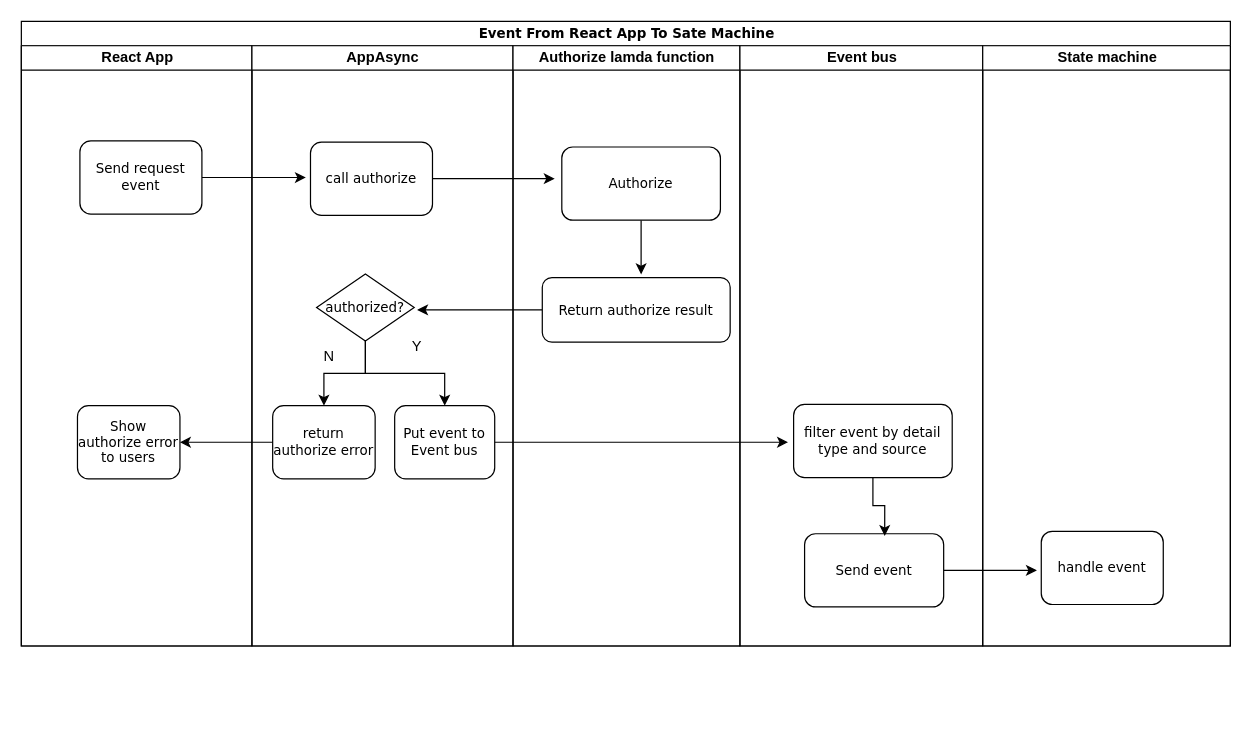
The draw.io diagram event2.drawio in dieunguyen2003/deploycode, before the edit. Source tidied: cells renumbered, new cells numbered last; positions are measured from the earlier drawing's top-left corner, leaving out a move shared by most shapes. Both pictures are drawn from the tidied source at 122%, with x=0, y=0 at pixel (21, 21).
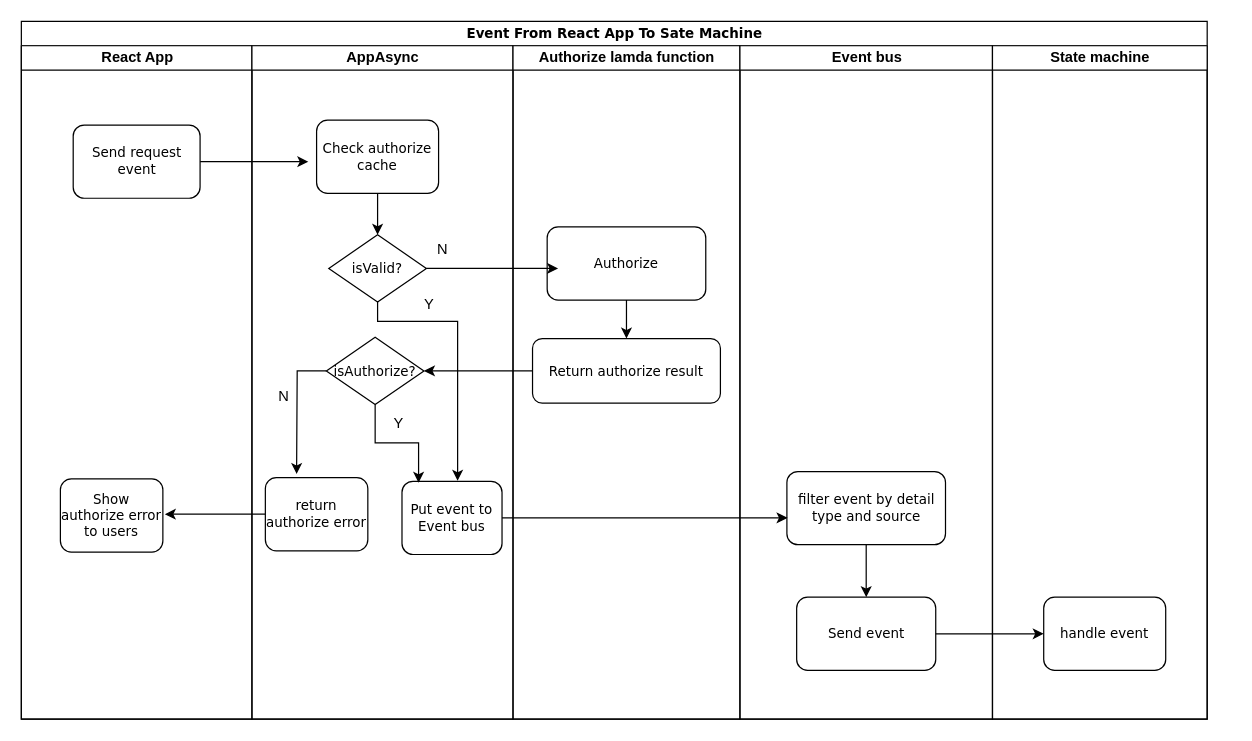
Above is the later version.

Change to the diagram source:
```diff
@@
     <mxCell id="2" value="&lt;font style=&quot;font-size: 11px;&quot;&gt;Event From React App To Sate Machine&lt;/font&gt;" style="swimlane;html=1;startSize=20;rounded=0;shadow=0;labelBackgroundColor=none;strokeWidth=1;fontFamily=Verdana;fontSize=8;align=center;" parent="1" vertex="1">
-      <mxGeometry width="991" height="512" as="geometry" />
+      <mxGeometry width="972" height="572" as="geometry" />
     </mxCell>
     <mxCell id="3" value="React App" style="swimlane;html=1;startSize=20;" parent="2" vertex="1">
-      <mxGeometry y="20" width="189" height="492" as="geometry" />
+      <mxGeometry y="20" width="189" height="552" as="geometry" />
     </mxCell>
-    <mxCell id="4" style="edgeStyle=orthogonalEdgeStyle;rounded=0;jettySize=auto;html=1;" parent="3" edge="1" source="5">
-      <mxGeometry relative="1" as="geometry">
-        <mxPoint x="233.2" y="108" as="targetPoint" />
-      </mxGeometry>
-    </mxCell>
+    <mxCell id="31" style="edgeStyle=orthogonalEdgeStyle;rounded=0;jettySize=auto;html=1;" parent="3" edge="1" source="5">
+      <mxGeometry relative="1" as="geometry">
+        <mxPoint x="235.2" y="95" as="targetPoint" />
+      </mxGeometry>
+    </mxCell>
     <mxCell id="5" value="&lt;font style=&quot;font-size: 11px;&quot;&gt;Send request event&lt;/font&gt;" style="rounded=1;whiteSpace=wrap;html=1;shadow=0;labelBackgroundColor=none;strokeWidth=1;fontFamily=Verdana;fontSize=8;align=center;" parent="3" vertex="1">
-      <mxGeometry x="48" y="78" width="100" height="60" as="geometry" />
+      <mxGeometry x="42.5" y="65" width="104" height="60" as="geometry" />
     </mxCell>
     <mxCell id="6" value="&lt;font style=&quot;font-size: 11px;&quot;&gt;Show authorize error to users&lt;/font&gt;" style="rounded=1;whiteSpace=wrap;html=1;shadow=0;labelBackgroundColor=none;strokeWidth=1;fontFamily=Verdana;fontSize=8;align=center;" parent="3" vertex="1">
-      <mxGeometry x="46" y="295" width="84" height="60" as="geometry" />
+      <mxGeometry x="32" y="355" width="84" height="60" as="geometry" />
     </mxCell>
     <mxCell id="7" value="AppAsync" style="swimlane;html=1;startSize=20;" parent="2" vertex="1">
-      <mxGeometry x="189" y="20" width="214" height="492" as="geometry" />
+      <mxGeometry x="189" y="20" width="214" height="552" as="geometry" />
     </mxCell>
-    <mxCell id="8" style="edgeStyle=orthogonalEdgeStyle;rounded=0;jettySize=auto;html=1;" parent="7" edge="1" source="9">
-      <mxGeometry relative="1" as="geometry">
-        <mxPoint x="439.4" y="325" as="targetPoint" />
-      </mxGeometry>
-    </mxCell>
     <mxCell id="9" value="&lt;font style=&quot;font-size: 11px;&quot;&gt;Put event to Event bus&lt;/font&gt;" style="rounded=1;whiteSpace=wrap;html=1;shadow=0;labelBackgroundColor=none;strokeWidth=1;fontFamily=Verdana;fontSize=8;align=center;" parent="7" vertex="1">
-      <mxGeometry x="117" y="295" width="82" height="60" as="geometry" />
+      <mxGeometry x="123" y="357" width="82" height="60" as="geometry" />
     </mxCell>
-    <mxCell id="10" style="edgeStyle=orthogonalEdgeStyle;rounded=0;jettySize=auto;html=1;" parent="7" edge="1" source="12" target="9">
-      <mxGeometry relative="1" as="geometry" />
-    </mxCell>
-    <mxCell id="11" style="edgeStyle=orthogonalEdgeStyle;rounded=0;jettySize=auto;html=1;entryX=0.5;entryY=0;entryDx=0;entryDy=0;" parent="7" edge="1" source="12" target="15">
-      <mxGeometry relative="1" as="geometry" />
-    </mxCell>
+    <mxCell id="32" style="edgeStyle=orthogonalEdgeStyle;rounded=0;jettySize=auto;html=1;" parent="7" edge="1" source="12">
+      <mxGeometry relative="1" as="geometry">
+        <mxPoint x="168.6" y="356.6" as="targetPoint" />
+        <Array as="points">
+          <mxPoint x="103" y="226" />
+          <mxPoint x="169" y="226" />
+        </Array>
+      </mxGeometry>
+    </mxCell>
-    <mxCell id="12" value="&lt;font style=&quot;font-size: 11px;&quot;&gt;authorized?&lt;/font&gt;" style="rhombus;whiteSpace=wrap;html=1;rounded=0;shadow=0;labelBackgroundColor=none;strokeWidth=1;fontFamily=Verdana;fontSize=8;align=center;" parent="7" vertex="1">
-      <mxGeometry x="53" y="187" width="80" height="55" as="geometry" />
+    <mxCell id="12" value="&lt;span style=&quot;font-size: 11px;&quot;&gt;isValid?&lt;/span&gt;" style="rhombus;whiteSpace=wrap;html=1;rounded=0;shadow=0;labelBackgroundColor=none;strokeWidth=1;fontFamily=Verdana;fontSize=8;align=center;" parent="7" vertex="1">
+      <mxGeometry x="63" y="155" width="80" height="55" as="geometry" />
     </mxCell>
-    <mxCell id="13" style="edgeStyle=orthogonalEdgeStyle;rounded=0;jettySize=auto;html=1;" parent="7" edge="1" source="14">
-      <mxGeometry relative="1" as="geometry">
-        <mxPoint x="248.2" y="109" as="targetPoint" />
-      </mxGeometry>
-    </mxCell>
+    <mxCell id="33" style="edgeStyle=orthogonalEdgeStyle;rounded=0;jettySize=auto;html=1;entryX=0.5;entryY=0;entryDx=0;entryDy=0;" parent="7" edge="1" source="14" target="12">
+      <mxGeometry relative="1" as="geometry" />
+    </mxCell>
-    <mxCell id="14" value="&lt;span style=&quot;font-size: 11px;&quot;&gt;call authorize&lt;/span&gt;" style="rounded=1;whiteSpace=wrap;html=1;shadow=0;labelBackgroundColor=none;strokeWidth=1;fontFamily=Verdana;fontSize=8;align=center;" parent="7" vertex="1">
-      <mxGeometry x="48" y="79" width="100" height="60" as="geometry" />
+    <mxCell id="14" value="&lt;span style=&quot;font-size: 11px;&quot;&gt;Check authorize cache&lt;/span&gt;" style="rounded=1;whiteSpace=wrap;html=1;shadow=0;labelBackgroundColor=none;strokeWidth=1;fontFamily=Verdana;fontSize=8;align=center;" parent="7" vertex="1">
+      <mxGeometry x="53" y="61" width="100" height="60" as="geometry" />
     </mxCell>
+    <mxCell id="34" style="edgeStyle=orthogonalEdgeStyle;rounded=0;jettySize=auto;html=1;" parent="7" edge="1" source="15">
+      <mxGeometry relative="1" as="geometry">
+        <mxPoint x="-71.4" y="384" as="targetPoint" />
+      </mxGeometry>
+    </mxCell>
     <mxCell id="15" value="&lt;font style=&quot;font-size: 11px;&quot;&gt;return authorize error&lt;/font&gt;" style="rounded=1;whiteSpace=wrap;html=1;shadow=0;labelBackgroundColor=none;strokeWidth=1;fontFamily=Verdana;fontSize=8;align=center;" parent="7" vertex="1">
-      <mxGeometry x="17" y="295" width="84" height="60" as="geometry" />
+      <mxGeometry x="11" y="354" width="84" height="60" as="geometry" />
     </mxCell>
+    <mxCell id="35" style="edgeStyle=orthogonalEdgeStyle;rounded=0;jettySize=auto;html=1;" parent="7" edge="1" source="36">
+      <mxGeometry relative="1" as="geometry">
+        <mxPoint x="36.6" y="351" as="targetPoint" />
+      </mxGeometry>
+    </mxCell>
+    <mxCell id="36" value="&lt;span style=&quot;font-size: 11px;&quot;&gt;isAuthorize?&lt;/span&gt;" style="rhombus;whiteSpace=wrap;html=1;rounded=0;shadow=0;labelBackgroundColor=none;strokeWidth=1;fontFamily=Verdana;fontSize=8;align=center;" parent="7" vertex="1">
+      <mxGeometry x="61" y="239" width="80" height="55" as="geometry" />
+    </mxCell>
+    <mxCell id="37" style="edgeStyle=orthogonalEdgeStyle;rounded=0;jettySize=auto;html=1;entryX=0.166;entryY=0.02;entryDx=0;entryDy=0;entryPerimeter=0;" parent="7" edge="1" source="36" target="9">
+      <mxGeometry relative="1" as="geometry" />
+    </mxCell>
     <mxCell id="16" value="Authorize lamda function" style="swimlane;html=1;startSize=20;" parent="2" vertex="1">
-      <mxGeometry x="403" y="20" width="186" height="492" as="geometry" />
+      <mxGeometry x="403" y="20" width="186" height="552" as="geometry" />
     </mxCell>
-    <mxCell id="17" style="edgeStyle=orthogonalEdgeStyle;rounded=0;jettySize=auto;html=1;" parent="16" edge="1" source="18">
-      <mxGeometry relative="1" as="geometry">
-        <mxPoint x="105" y="187.4" as="targetPoint" />
-      </mxGeometry>
-    </mxCell>
+    <mxCell id="38" style="edgeStyle=orthogonalEdgeStyle;rounded=0;jettySize=auto;html=1;entryX=0.5;entryY=0;entryDx=0;entryDy=0;" parent="16" edge="1" source="18" target="20">
+      <mxGeometry relative="1" as="geometry" />
+    </mxCell>
     <mxCell id="18" value="&lt;span style=&quot;font-size: 11px;&quot;&gt;Authorize&lt;/span&gt;" style="rounded=1;whiteSpace=wrap;html=1;shadow=0;labelBackgroundColor=none;strokeWidth=1;fontFamily=Verdana;fontSize=8;align=center;" parent="16" vertex="1">
-      <mxGeometry x="40" y="83" width="130" height="60" as="geometry" />
+      <mxGeometry x="28" y="148.5" width="130" height="60" as="geometry" />
     </mxCell>
-    <mxCell id="19" style="edgeStyle=orthogonalEdgeStyle;rounded=0;jettySize=auto;html=1;" parent="16" edge="1" source="20">
-      <mxGeometry relative="1" as="geometry">
-        <mxPoint x="-78.6" y="216.5" as="targetPoint" />
-      </mxGeometry>
-    </mxCell>
     <mxCell id="20" value="&lt;font style=&quot;font-size: 11px;&quot;&gt;Return&amp;nbsp;authorize result&lt;/font&gt;" style="rounded=1;whiteSpace=wrap;html=1;shadow=0;labelBackgroundColor=none;strokeWidth=1;fontFamily=Verdana;fontSize=8;align=center;" parent="16" vertex="1">
-      <mxGeometry x="24" y="190" width="154" height="53" as="geometry" />
+      <mxGeometry x="16" y="240" width="154" height="53" as="geometry" />
     </mxCell>
     <mxCell id="21" value="Event bus" style="swimlane;html=1;startSize=20;" parent="2" vertex="1">
-      <mxGeometry x="589" y="20" width="199" height="492" as="geometry" />
+      <mxGeometry x="589" y="20" width="207" height="552" as="geometry" />
     </mxCell>
+    <mxCell id="25" style="edgeStyle=orthogonalEdgeStyle;rounded=0;jettySize=auto;html=1;entryX=0.5;entryY=0;entryDx=0;entryDy=0;" parent="21" edge="1" source="22" target="24">
+      <mxGeometry relative="1" as="geometry" />
+    </mxCell>
     <mxCell id="22" value="&lt;font style=&quot;font-size: 11px;&quot;&gt;filter event by detail type and source&lt;/font&gt;" style="rounded=1;whiteSpace=wrap;html=1;shadow=0;labelBackgroundColor=none;strokeWidth=1;fontFamily=Verdana;fontSize=8;align=center;" parent="21" vertex="1">
-      <mxGeometry x="44" y="294" width="130" height="60" as="geometry" />
+      <mxGeometry x="38.5" y="349" width="130" height="60" as="geometry" />
     </mxCell>
-    <mxCell id="23" style="edgeStyle=orthogonalEdgeStyle;rounded=0;jettySize=auto;html=1;" parent="21" edge="1" source="24">
-      <mxGeometry relative="1" as="geometry">
-        <mxPoint x="243.4" y="430" as="targetPoint" />
-      </mxGeometry>
-    </mxCell>
     <mxCell id="24" value="&lt;span style=&quot;font-size: 11px;&quot;&gt;Send event&lt;/span&gt;" style="rounded=1;whiteSpace=wrap;html=1;shadow=0;labelBackgroundColor=none;strokeWidth=1;fontFamily=Verdana;fontSize=8;align=center;" parent="21" vertex="1">
-      <mxGeometry x="53" y="400" width="114" height="60" as="geometry" />
+      <mxGeometry x="46.5" y="452" width="114" height="60" as="geometry" />
     </mxCell>
-    <mxCell id="25" style="edgeStyle=orthogonalEdgeStyle;rounded=0;jettySize=auto;html=1;entryX=0.576;entryY=0.03;entryDx=0;entryDy=0;entryPerimeter=0;" parent="21" edge="1" source="22" target="24">
-      <mxGeometry relative="1" as="geometry" />
-    </mxCell>
     <mxCell id="26" value="State machine" style="swimlane;html=1;startSize=20;" parent="2" vertex="1">
-      <mxGeometry x="788" y="20" width="203" height="492" as="geometry" />
+      <mxGeometry x="796" y="20" width="176" height="552" as="geometry" />
     </mxCell>
     <mxCell id="27" value="&lt;span style=&quot;font-size: 11px;&quot;&gt;handle event&lt;/span&gt;" style="rounded=1;whiteSpace=wrap;html=1;shadow=0;labelBackgroundColor=none;strokeWidth=1;fontFamily=Verdana;fontSize=8;align=center;" parent="26" vertex="1">
-      <mxGeometry x="48" y="398" width="100" height="60" as="geometry" />
+      <mxGeometry x="42" y="452" width="100" height="60" as="geometry" />
     </mxCell>
-    <mxCell id="28" style="edgeStyle=orthogonalEdgeStyle;rounded=0;jettySize=auto;html=1;entryX=1;entryY=0.5;entryDx=0;entryDy=0;" parent="2" edge="1" source="15" target="6">
-      <mxGeometry relative="1" as="geometry" />
-    </mxCell>
-    <mxCell id="29" value="N" style="text;html=1;align=center;verticalAlign=middle;strokeColor=none;fillColor=none;" parent="1" vertex="1">
-      <mxGeometry x="238" y="262" width="27" height="26" as="geometry" />
-    </mxCell>
-    <mxCell id="30" value="Y" style="text;html=1;align=center;verticalAlign=middle;strokeColor=none;fillColor=none;" parent="1" vertex="1">
-      <mxGeometry x="311" y="254" width="26" height="26" as="geometry" />
-    </mxCell>
+    <mxCell id="39" style="edgeStyle=orthogonalEdgeStyle;rounded=0;jettySize=auto;html=1;entryX=0.069;entryY=0.567;entryDx=0;entryDy=0;entryPerimeter=0;" parent="2" edge="1" source="12" target="18">
+      <mxGeometry relative="1" as="geometry" />
+    </mxCell>
+    <mxCell id="40" style="edgeStyle=orthogonalEdgeStyle;rounded=0;jettySize=auto;html=1;entryX=1;entryY=0.5;entryDx=0;entryDy=0;" parent="2" edge="1" source="20" target="36">
+      <mxGeometry relative="1" as="geometry" />
+    </mxCell>
+    <mxCell id="41" style="edgeStyle=orthogonalEdgeStyle;rounded=0;jettySize=auto;html=1;entryX=0.004;entryY=0.633;entryDx=0;entryDy=0;entryPerimeter=0;" parent="2" edge="1" source="9" target="22">
+      <mxGeometry relative="1" as="geometry" />
+    </mxCell>
+    <mxCell id="42" style="edgeStyle=orthogonalEdgeStyle;rounded=0;jettySize=auto;html=1;entryX=0;entryY=0.5;entryDx=0;entryDy=0;" parent="2" edge="1" source="24" target="27">
+      <mxGeometry relative="1" as="geometry" />
+    </mxCell>
+    <mxCell id="43" value="N" style="text;html=1;align=center;verticalAlign=middle;strokeColor=none;fillColor=none;" parent="1" vertex="1">
+      <mxGeometry x="331" y="174" width="27" height="26" as="geometry" />
+    </mxCell>
+    <mxCell id="44" value="Y" style="text;html=1;align=center;verticalAlign=middle;strokeColor=none;fillColor=none;" parent="1" vertex="1">
+      <mxGeometry x="321" y="219" width="26" height="26" as="geometry" />
+    </mxCell>
+    <mxCell id="45" value="Y" style="text;html=1;align=center;verticalAlign=middle;strokeColor=none;fillColor=none;" parent="1" vertex="1">
+      <mxGeometry x="296" y="317" width="26" height="26" as="geometry" />
+    </mxCell>
+    <mxCell id="46" value="N" style="text;html=1;align=center;verticalAlign=middle;strokeColor=none;fillColor=none;" parent="1" vertex="1">
+      <mxGeometry x="201" y="295" width="27" height="26" as="geometry" />
+    </mxCell>
```
